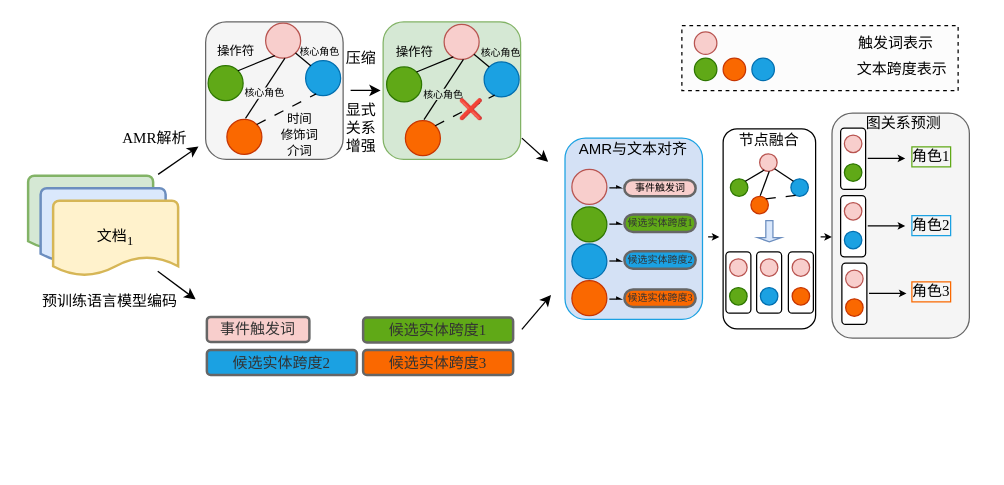
Before: work2/AMR-ERGP-model-中文版.drawio in crawlerWPS/drawing, a draw.io diagram. Source tidied: cells renumbered, new cells numbered last; positions are measured from the earlier drawing's top-left corner, leaving out a move shared by most shapes. Both pictures are drawn from the tidied source at 125%, with x=0, y=0 at pixel (28, 21).
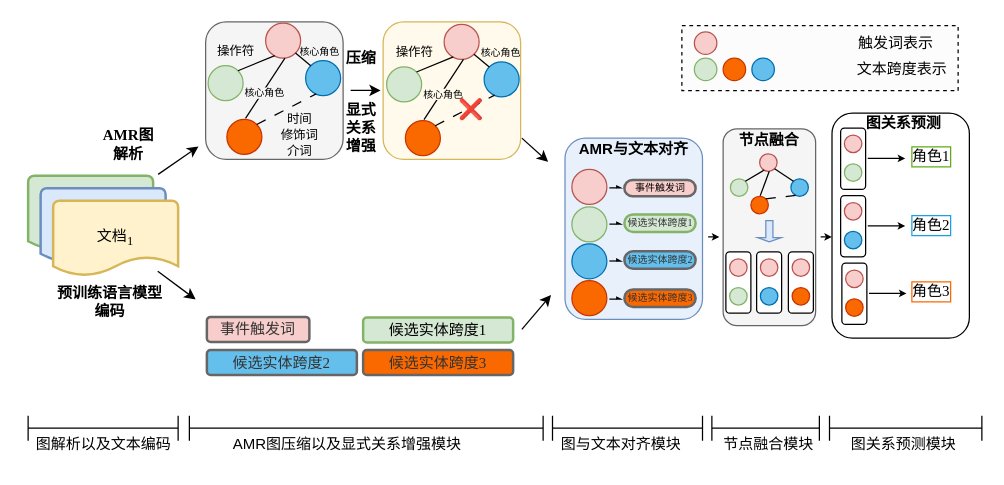
Above is the later version.

Commit message:
更新AMR-ERGP-model-中文版.drawio

The change refers to these unchanged cells:
```xml
<mxCell id="54" style="endArrow=none;html=1;rounded=0;entryX=0.552;entryY=1.001;entryDx=0;entryDy=0;entryPerimeter=0;exitX=0.532;exitY=-0.029;exitDx=0;exitDy=0;exitPerimeter=0;" parent="1" edge="1" source="53" target="46">
  <mxGeometry relative="1" as="geometry" />
</mxCell>
```

Diff of the diagram source:
```diff
@@
-    <mxCell id="2" style="rounded=1;whiteSpace=wrap;html=1;fillColor=#f5f5f5;fontColor=#333333;strokeColor=#666666;" parent="1" vertex="1">
+    <mxCell id="2" style="rounded=1;whiteSpace=wrap;html=1;" parent="1" vertex="1">
       <mxGeometry x="643.1" y="73" width="109.9" height="180" as="geometry" />
     </mxCell>
@@
-    <mxCell id="8" value="&lt;font face=&quot;宋体-简&quot;&gt;候选实体跨度&lt;/font&gt;&lt;font face=&quot;Times New Roman&quot;&gt;1&lt;/font&gt;" style="rounded=1;whiteSpace=wrap;html=1;strokeWidth=2;fillColor=#60A917;fontColor=#333333;strokeColor=#666666;" parent="1" vertex="1">
+    <mxCell id="8" value="&lt;font face=&quot;宋体-简&quot;&gt;候选实体跨度&lt;/font&gt;&lt;font face=&quot;Times New Roman&quot;&gt;1&lt;/font&gt;" style="rounded=1;whiteSpace=wrap;html=1;strokeWidth=2;fillColor=#d5e8d4;strokeColor=#82b366;" parent="1" vertex="1">
       <mxGeometry x="268" y="236.5" width="120" height="20" as="geometry" />
     </mxCell>
@@
-    <mxCell id="11" value="&lt;font face=&quot;宋体-简&quot;&gt;预训练语言模型编码&lt;/font&gt;" style="text;html=1;align=center;verticalAlign=middle;strokeColor=none;fillColor=none;" parent="1" vertex="1">
-      <mxGeometry y="208.5" width="130" height="30" as="geometry" />
+    <mxCell id="11" value="&lt;font face=&quot;宋体-简&quot;&gt;&lt;b&gt;预训练语言模型&lt;br&gt;编码&lt;/b&gt;&lt;/font&gt;" style="text;html=1;align=center;verticalAlign=middle;strokeColor=none;fillColor=none;" parent="1" vertex="1">
+      <mxGeometry x="10" y="203.5" width="110" height="40" as="geometry" />
     </mxCell>
@@
-    <mxCell id="14" style="ellipse;whiteSpace=wrap;html=1;fillColor=#1ba1e2;fontColor=#ffffff;strokeColor=#006EAF;" parent="1" vertex="1">
+    <mxCell id="14" style="ellipse;whiteSpace=wrap;html=1;fillColor=#65bfec;fontColor=#ffffff;strokeColor=#006EAF;" parent="1" vertex="1">
       <mxGeometry x="222" y="31" width="28" height="28" as="geometry" />
     </mxCell>
-    <mxCell id="15" style="ellipse;whiteSpace=wrap;html=1;fillColor=#60a917;fontColor=#ffffff;strokeColor=#2D7600;" parent="1" vertex="1">
+    <mxCell id="15" style="ellipse;whiteSpace=wrap;html=1;fillColor=#d5e8d4;strokeColor=#82b366;" parent="1" vertex="1">
       <mxGeometry x="144" y="35" width="28" height="28" as="geometry" />
     </mxCell>
@@
-    <mxCell id="25" value="&lt;font face=&quot;Times New Roman&quot;&gt;AMR&lt;/font&gt;&lt;font face=&quot;宋体-简&quot;&gt;解析&lt;/font&gt;" style="text;html=1;align=center;verticalAlign=middle;strokeColor=none;fillColor=none;" parent="1" vertex="1">
-      <mxGeometry x="66" y="78" width="70" height="30" as="geometry" />
+    <mxCell id="25" value="&lt;b&gt;&lt;font face=&quot;Times New Roman&quot;&gt;AMR&lt;/font&gt;&lt;/b&gt;&lt;b style=&quot;border-color: var(--border-color);&quot;&gt;&lt;font style=&quot;border-color: var(--border-color);&quot; face=&quot;宋体-简&quot;&gt;图&lt;/font&gt;&lt;/b&gt;&lt;b&gt;&lt;font face=&quot;Times New Roman&quot;&gt;&lt;br&gt;&lt;/font&gt;&lt;font face=&quot;宋体-简&quot;&gt;解析&lt;/font&gt;&lt;/b&gt;" style="text;html=1;align=center;verticalAlign=middle;strokeColor=none;fillColor=none;" parent="1" vertex="1">
+      <mxGeometry x="50" y="77.5" width="60" height="40" as="geometry" />
     </mxCell>
@@
-    <mxCell id="29" style="rounded=1;whiteSpace=wrap;html=1;fillColor=#D4E1F5;strokeColor=#1BA1E2;" parent="1" vertex="1">
+    <mxCell id="29" style="rounded=1;whiteSpace=wrap;html=1;fillColor=#E8F0FC;strokeColor=#6c8ebf;" parent="1" vertex="1">
       <mxGeometry x="429.5" y="93" width="110" height="145" as="geometry" />
     </mxCell>
@@
-    <mxCell id="31" style="ellipse;whiteSpace=wrap;html=1;fillColor=#1ba1e2;fontColor=#ffffff;strokeColor=#006EAF;" parent="1" vertex="1">
+    <mxCell id="31" style="ellipse;whiteSpace=wrap;html=1;fillColor=#65BFEC;fontColor=#ffffff;strokeColor=#006EAF;" parent="1" vertex="1">
       <mxGeometry x="435" y="177.5" width="28" height="28" as="geometry" />
     </mxCell>
-    <mxCell id="32" style="ellipse;whiteSpace=wrap;html=1;fillColor=#60a917;fontColor=#ffffff;strokeColor=#2D7600;" parent="1" vertex="1">
+    <mxCell id="32" style="ellipse;whiteSpace=wrap;html=1;fillColor=#d5e8d4;strokeColor=#82b366;" parent="1" vertex="1">
       <mxGeometry x="435" y="148" width="28" height="28" as="geometry" />
     </mxCell>
@@
-    <mxCell id="35" style="ellipse;whiteSpace=wrap;html=1;fillColor=#60a917;fontColor=#ffffff;strokeColor=#2D7600;" parent="1" vertex="1">
+    <mxCell id="35" style="ellipse;whiteSpace=wrap;html=1;fillColor=#d5e8d4;strokeColor=#82b366;" parent="1" vertex="1">
       <mxGeometry x="653" y="113.5" width="14" height="14" as="geometry" />
     </mxCell>
@@
-    <mxCell id="39" style="ellipse;whiteSpace=wrap;html=1;fillColor=#1BA1E2;fontColor=#ffffff;strokeColor=#006EAF;" parent="1" vertex="1">
+    <mxCell id="39" style="ellipse;whiteSpace=wrap;html=1;fillColor=#65BFEC;fontColor=#ffffff;strokeColor=#006EAF;" parent="1" vertex="1">
       <mxGeometry x="653" y="167.5" width="14" height="14" as="geometry" />
     </mxCell>
@@
-    <mxCell id="45" style="rounded=1;whiteSpace=wrap;html=1;fillColor=#d5e8d4;strokeColor=#82b366;" parent="1" vertex="1">
+    <mxCell id="45" style="rounded=1;whiteSpace=wrap;html=1;fillColor=#fffaeb;strokeColor=#d6b656;" parent="1" vertex="1">
       <mxGeometry x="284" width="110" height="110" as="geometry" />
     </mxCell>
@@
-    <mxCell id="47" style="ellipse;whiteSpace=wrap;html=1;fillColor=#1ba1e2;fontColor=#ffffff;strokeColor=#006EAF;" parent="1" vertex="1">
+    <mxCell id="47" style="ellipse;whiteSpace=wrap;html=1;fillColor=#65BFEC;fontColor=#ffffff;strokeColor=#006EAF;" parent="1" vertex="1">
       <mxGeometry x="364.8" y="32" width="28" height="28" as="geometry" />
     </mxCell>
-    <mxCell id="48" style="ellipse;whiteSpace=wrap;html=1;fillColor=#60a917;fontColor=#ffffff;strokeColor=#2D7600;" parent="1" vertex="1">
+    <mxCell id="48" style="ellipse;whiteSpace=wrap;html=1;fillColor=#d5e8d4;strokeColor=#82b366;" parent="1" vertex="1">
       <mxGeometry x="286.8" y="36" width="28" height="28" as="geometry" />
     </mxCell>
@@
-    <mxCell id="55" value="&lt;font face=&quot;宋体-简&quot;&gt;核心角色&lt;/font&gt;" style="edgeLabel;html=1;align=center;verticalAlign=middle;labelBackgroundColor=#d5e8d4;fontSize=8;" parent="54" vertex="1">
+    <mxCell id="55" value="&lt;font face=&quot;宋体-简&quot;&gt;核心角色&lt;/font&gt;" style="edgeLabel;html=1;align=center;verticalAlign=middle;labelBackgroundColor=#fffaeb;fontSize=8;" parent="54" vertex="1">
       <mxGeometry x="0.14" relative="1" as="geometry">
         <mxPoint x="-3" y="7" as="offset" />
       </mxGeometry>
     </mxCell>
@@
-    <mxCell id="62" style="ellipse;whiteSpace=wrap;html=1;fillColor=#60a917;fontColor=#ffffff;strokeColor=#2D7600;" parent="1" vertex="1">
+    <mxCell id="62" style="ellipse;whiteSpace=wrap;html=1;fillColor=#d5e8d4;strokeColor=#82b366;" parent="1" vertex="1">
       <mxGeometry x="533" y="29" width="18" height="18" as="geometry" />
     </mxCell>
@@
-    <mxCell id="64" style="ellipse;whiteSpace=wrap;html=1;fillColor=#1ba1e2;fontColor=#ffffff;strokeColor=#006EAF;" parent="1" vertex="1">
+    <mxCell id="64" style="ellipse;whiteSpace=wrap;html=1;fillColor=#65BFEC;fontColor=#ffffff;strokeColor=#006EAF;" parent="1" vertex="1">
       <mxGeometry x="579" y="29" width="18" height="18" as="geometry" />
     </mxCell>
@@
-    <mxCell id="66" value="&lt;font face=&quot;宋体-简&quot;&gt;候选实体跨度&lt;/font&gt;&lt;font face=&quot;Times New Roman&quot;&gt;2&lt;/font&gt;" style="rounded=1;whiteSpace=wrap;html=1;strokeWidth=2;fillColor=#1BA1E2;fontColor=#333333;strokeColor=#666666;" parent="1" vertex="1">
+    <mxCell id="66" value="&lt;font face=&quot;宋体-简&quot;&gt;候选实体跨度&lt;/font&gt;&lt;font face=&quot;Times New Roman&quot;&gt;2&lt;/font&gt;" style="rounded=1;whiteSpace=wrap;html=1;strokeWidth=2;fillColor=#65BFEC;fontColor=#333333;strokeColor=#666666;" parent="1" vertex="1">
       <mxGeometry x="143" y="262.5" width="120" height="20" as="geometry" />
     </mxCell>
-    <mxCell id="67" value="&lt;font face=&quot;宋体-简&quot;&gt;显式&lt;br&gt;关系&lt;br&gt;增强&lt;/font&gt;" style="text;html=1;align=center;verticalAlign=middle;strokeColor=none;fillColor=none;" parent="1" vertex="1">
+    <mxCell id="67" value="&lt;font face=&quot;宋体-简&quot;&gt;&lt;b&gt;显式&lt;br&gt;关系&lt;br&gt;增强&lt;/b&gt;&lt;/font&gt;" style="text;html=1;align=center;verticalAlign=middle;strokeColor=none;fillColor=none;" parent="1" vertex="1">
       <mxGeometry x="240.8" y="55" width="50" height="60" as="geometry" />
     </mxCell>
@@
-    <mxCell id="72" style="rounded=1;whiteSpace=wrap;html=1;strokeWidth=2;fillColor=#60A917;fontColor=#333333;strokeColor=#666666;arcSize=50;" parent="1" vertex="1">
+    <mxCell id="72" style="rounded=1;whiteSpace=wrap;html=1;strokeWidth=2;fillColor=#d5e8d4;strokeColor=#82b366;arcSize=50;" parent="1" vertex="1">
       <mxGeometry x="477" y="154" width="57" height="14" as="geometry" />
     </mxCell>
-    <mxCell id="73" style="rounded=1;whiteSpace=wrap;html=1;strokeWidth=2;fillColor=#1BA1E2;fontColor=#333333;strokeColor=#666666;arcSize=50;" parent="1" vertex="1">
+    <mxCell id="73" style="rounded=1;whiteSpace=wrap;html=1;strokeWidth=2;fillColor=#65BFEC;fontColor=#333333;strokeColor=#666666;arcSize=50;" parent="1" vertex="1">
       <mxGeometry x="477" y="183.5" width="57" height="14" as="geometry" />
     </mxCell>
@@
-    <mxCell id="75" value="&lt;span style=&quot;color: rgb(0, 0, 0); font-size: 12px; font-style: normal; font-variant-ligatures: normal; font-variant-caps: normal; font-weight: 400; letter-spacing: normal; orphans: 2; text-align: center; text-indent: 0px; text-transform: none; widows: 2; word-spacing: 0px; -webkit-text-stroke-width: 0px; text-decoration-thickness: initial; text-decoration-style: initial; text-decoration-color: initial; float: none; display: inline !important;&quot;&gt;&lt;font face=&quot;宋体-简&quot;&gt;AMR与文本对齐&lt;/font&gt;&lt;/span&gt;" style="text;whiteSpace=wrap;html=1;labelBackgroundColor=none;fillColor=none;gradientColor=none;" parent="1" vertex="1">
+    <mxCell id="75" value="&lt;span style=&quot;color: rgb(0, 0, 0); font-size: 12px; font-style: normal; font-variant-ligatures: normal; font-variant-caps: normal; letter-spacing: normal; orphans: 2; text-align: center; text-indent: 0px; text-transform: none; widows: 2; word-spacing: 0px; -webkit-text-stroke-width: 0px; text-decoration-thickness: initial; text-decoration-style: initial; text-decoration-color: initial; float: none; display: inline !important;&quot;&gt;&lt;font style=&quot;&quot; face=&quot;宋体-简&quot;&gt;&lt;b&gt;AMR与文本对齐&lt;/b&gt;&lt;/font&gt;&lt;/span&gt;" style="text;whiteSpace=wrap;html=1;labelBackgroundColor=none;fillColor=none;gradientColor=none;" parent="1" vertex="1">
       <mxGeometry x="439" y="88" width="94" height="40" as="geometry" />
     </mxCell>
@@
-    <mxCell id="80" style="rounded=1;whiteSpace=wrap;html=1;" parent="1" vertex="1">
-      <mxGeometry x="556" y="85.5" width="74" height="160" as="geometry" />
+    <mxCell id="80" style="rounded=1;whiteSpace=wrap;html=1;fillColor=#f5f5f5;fontColor=#333333;strokeColor=#666666;" parent="1" vertex="1">
+      <mxGeometry x="556" y="85.5" width="74" height="157.5" as="geometry" />
     </mxCell>
-    <mxCell id="81" value="&lt;span style=&quot;color: rgb(0, 0, 0); font-size: 12px; font-style: normal; font-variant-ligatures: normal; font-variant-caps: normal; font-weight: 400; letter-spacing: normal; orphans: 2; text-align: center; text-indent: 0px; text-transform: none; widows: 2; word-spacing: 0px; -webkit-text-stroke-width: 0px; text-decoration-thickness: initial; text-decoration-style: initial; text-decoration-color: initial; float: none; display: inline !important;&quot;&gt;&lt;font face=&quot;宋体-简&quot;&gt;节点融合&lt;/font&gt;&lt;/span&gt;" style="text;whiteSpace=wrap;html=1;labelBackgroundColor=none;fillColor=none;gradientColor=none;" parent="1" vertex="1">
+    <mxCell id="81" value="&lt;span style=&quot;color: rgb(0, 0, 0); font-size: 12px; font-style: normal; font-variant-ligatures: normal; font-variant-caps: normal; letter-spacing: normal; orphans: 2; text-align: center; text-indent: 0px; text-transform: none; widows: 2; word-spacing: 0px; -webkit-text-stroke-width: 0px; text-decoration-thickness: initial; text-decoration-style: initial; text-decoration-color: initial; float: none; display: inline !important;&quot;&gt;&lt;font style=&quot;&quot; face=&quot;宋体-简&quot;&gt;&lt;b&gt;节点融合&lt;/b&gt;&lt;/font&gt;&lt;/span&gt;" style="text;whiteSpace=wrap;html=1;labelBackgroundColor=none;fillColor=none;gradientColor=none;" parent="1" vertex="1">
       <mxGeometry x="567" y="81.2" width="52" height="23.5" as="geometry" />
     </mxCell>
@@
-    <mxCell id="83" style="ellipse;whiteSpace=wrap;html=1;fillColor=#1ba1e2;fontColor=#ffffff;strokeColor=#006EAF;" parent="1" vertex="1">
+    <mxCell id="83" style="ellipse;whiteSpace=wrap;html=1;fillColor=#65BFEC;fontColor=#ffffff;strokeColor=#006EAF;" parent="1" vertex="1">
       <mxGeometry x="610.2" y="125.5" width="14" height="14" as="geometry" />
     </mxCell>
-    <mxCell id="84" style="ellipse;whiteSpace=wrap;html=1;fillColor=#60a917;fontColor=#ffffff;strokeColor=#2D7600;" parent="1" vertex="1">
+    <mxCell id="84" style="ellipse;whiteSpace=wrap;html=1;fillColor=#d5e8d4;strokeColor=#82b366;" parent="1" vertex="1">
       <mxGeometry x="561.8" y="125.5" width="14" height="14" as="geometry" />
     </mxCell>
@@
-    <mxCell id="93" style="ellipse;whiteSpace=wrap;html=1;fillColor=#60a917;fontColor=#ffffff;strokeColor=#2D7600;" parent="1" vertex="1">
+    <mxCell id="93" style="ellipse;whiteSpace=wrap;html=1;fillColor=#d5e8d4;strokeColor=#82b366;" parent="1" vertex="1">
       <mxGeometry x="561.2" y="212.5" width="14" height="14" as="geometry" />
     </mxCell>
@@
-    <mxCell id="96" style="ellipse;whiteSpace=wrap;html=1;fillColor=#1BA1E2;fontColor=#ffffff;strokeColor=#006EAF;" parent="1" vertex="1">
+    <mxCell id="96" style="ellipse;whiteSpace=wrap;html=1;fillColor=#65BFEC;fontColor=#ffffff;strokeColor=#006EAF;" parent="1" vertex="1">
       <mxGeometry x="585.8" y="212.5" width="14" height="14" as="geometry" />
     </mxCell>
@@
-    <mxCell id="105" value="&lt;font face=&quot;宋体-简&quot;&gt;图关系预测&lt;/font&gt;" style="text;html=1;align=center;verticalAlign=middle;strokeColor=none;fillColor=none;" parent="1" vertex="1">
+    <mxCell id="105" value="&lt;font face=&quot;宋体-简&quot;&gt;&lt;b&gt;图关系预测&lt;/b&gt;&lt;/font&gt;" style="text;html=1;align=center;verticalAlign=middle;strokeColor=none;fillColor=none;" parent="1" vertex="1">
       <mxGeometry x="660" y="66" width="80" height="30" as="geometry" />
     </mxCell>
-    <mxCell id="106" value="&lt;font face=&quot;宋体-简&quot;&gt;压缩&lt;/font&gt;" style="text;html=1;align=center;verticalAlign=middle;strokeColor=none;fillColor=none;" parent="1" vertex="1">
+    <mxCell id="106" value="&lt;font face=&quot;宋体-简&quot;&gt;&lt;b&gt;压缩&lt;/b&gt;&lt;/font&gt;" style="text;html=1;align=center;verticalAlign=middle;strokeColor=none;fillColor=none;" parent="1" vertex="1">
       <mxGeometry x="240.8" y="14" width="50" height="30" as="geometry" />
     </mxCell>
+    <mxCell id="107" style="shape=crossbar;whiteSpace=wrap;html=1;rounded=1;fontFamily=宋体-简;" parent="1" vertex="1">
+      <mxGeometry y="315" width="120" height="20" as="geometry" />
+    </mxCell>
+    <mxCell id="108" style="shape=crossbar;whiteSpace=wrap;html=1;rounded=1;fontFamily=宋体-简;" parent="1" vertex="1">
+      <mxGeometry x="129" y="315" width="283" height="20" as="geometry" />
+    </mxCell>
+    <mxCell id="109" style="shape=crossbar;whiteSpace=wrap;html=1;rounded=1;fontFamily=宋体-简;" parent="1" vertex="1">
+      <mxGeometry x="419.5" y="315" width="120" height="20" as="geometry" />
+    </mxCell>
+    <mxCell id="110" style="shape=crossbar;whiteSpace=wrap;html=1;rounded=1;fontFamily=宋体-简;" parent="1" vertex="1">
+      <mxGeometry x="547" y="315" width="86" height="20" as="geometry" />
+    </mxCell>
+    <mxCell id="111" style="shape=crossbar;whiteSpace=wrap;html=1;rounded=1;fontFamily=宋体-简;" parent="1" vertex="1">
+      <mxGeometry x="641.1" y="315" width="121.9" height="20" as="geometry" />
+    </mxCell>
+    <mxCell id="112" value="图解析以及文本编码" style="text;html=1;align=center;verticalAlign=middle;strokeColor=none;fillColor=none;fontFamily=宋体-简;" parent="1" vertex="1">
+      <mxGeometry x="-5" y="323" width="130" height="30" as="geometry" />
+    </mxCell>
+    <mxCell id="113" value="AMR图压缩以及显式关系增强模块" style="text;html=1;align=center;verticalAlign=middle;strokeColor=none;fillColor=none;fontFamily=宋体-简;" parent="1" vertex="1">
+      <mxGeometry x="150" y="323" width="210" height="30" as="geometry" />
+    </mxCell>
+    <mxCell id="114" value="图与文本对齐模块" style="text;html=1;align=center;verticalAlign=middle;strokeColor=none;fillColor=none;fontFamily=宋体-简;" parent="1" vertex="1">
+      <mxGeometry x="414" y="323" width="120" height="30" as="geometry" />
+    </mxCell>
+    <mxCell id="115" value="节点融合模块" style="text;html=1;align=center;verticalAlign=middle;strokeColor=none;fillColor=none;fontFamily=宋体-简;" parent="1" vertex="1">
+      <mxGeometry x="542.2" y="323" width="100" height="30" as="geometry" />
+    </mxCell>
+    <mxCell id="116" value="图关系预测模块" style="text;html=1;align=center;verticalAlign=middle;strokeColor=none;fillColor=none;fontFamily=宋体-简;" parent="1" vertex="1">
+      <mxGeometry x="645" y="323" width="110" height="30" as="geometry" />
+    </mxCell>
```
